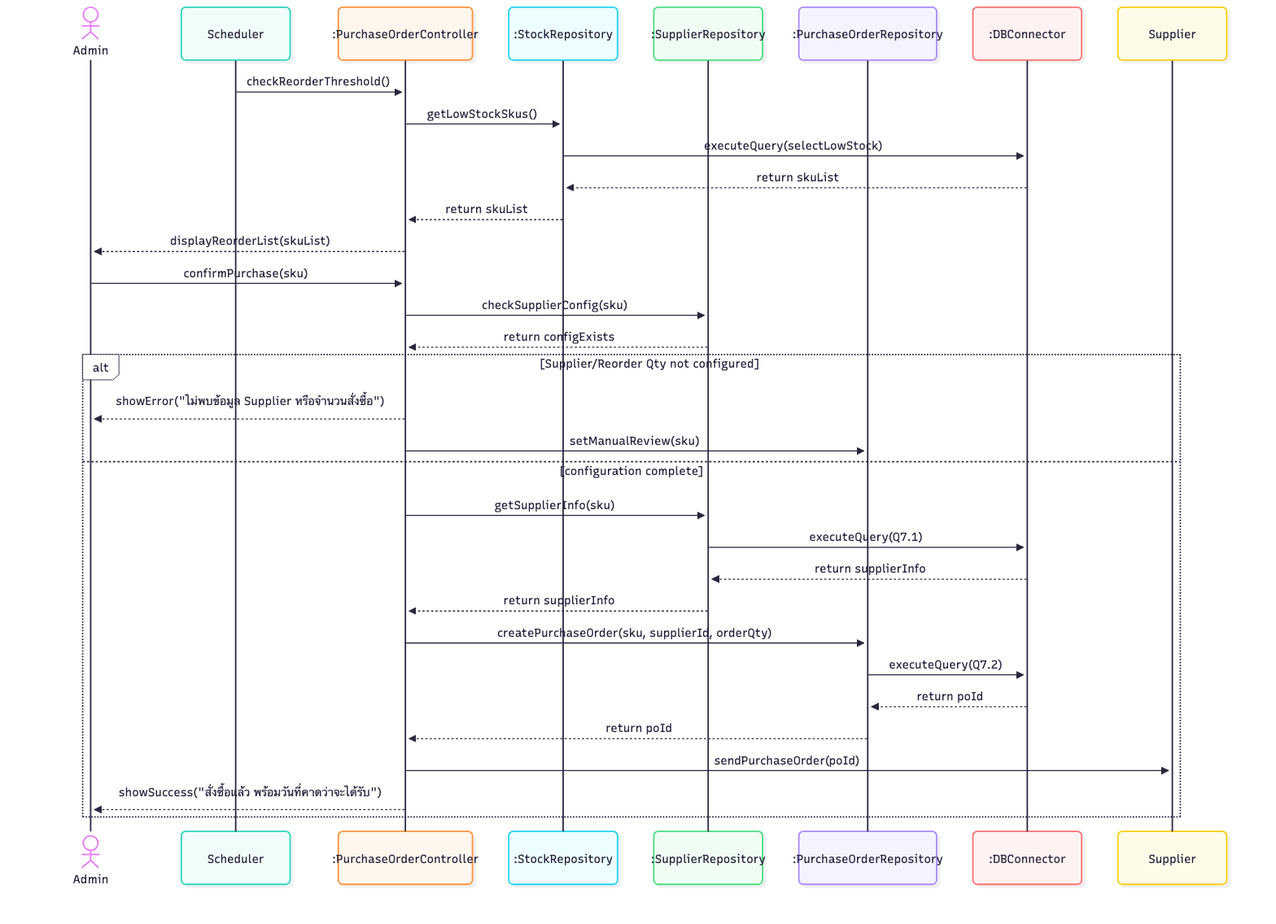
Earlier version of the Mermaid export 03-chapter2-use-case-descriptions/diagrams/png/6A-sequence.png (xbpkdi/321-sa-proj). Its source is kept beside it as 03-chapter2-use-case-descriptions/diagrams/mmd/6A-sequence.mmd.
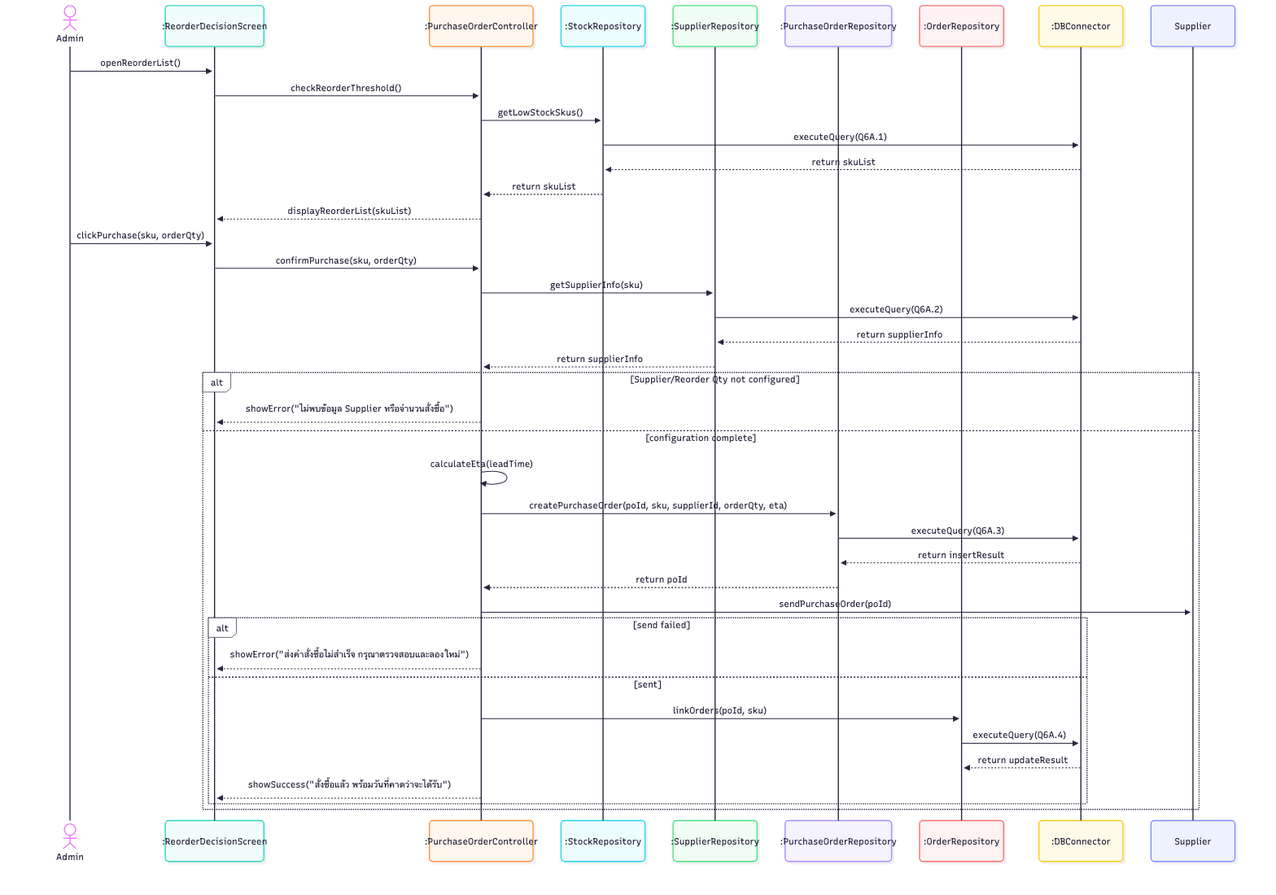
The same file after the commit.

Change to the diagram source:
```diff
@@ -1,35 +1,43 @@
 sequenceDiagram
     actor Admin
-    participant Sched as Scheduler
+    participant Screen as :ReorderDecisionScreen
     participant POC as :PurchaseOrderController
     participant StockRepo as :StockRepository
     participant SupRepo as :SupplierRepository
     participant PORepo as :PurchaseOrderRepository
+    participant OrderRepo as :OrderRepository
     participant DB as :DBConnector
     participant Sup as Supplier
 
-    Sched->>POC: checkReorderThreshold()
+    Admin->>Screen: openReorderList()
+    Screen->>POC: checkReorderThreshold()
     POC->>StockRepo: getLowStockSkus()
-    StockRepo->>DB: executeQuery(selectLowStock)
+    StockRepo->>DB: executeQuery(Q6A.1)
     DB-->>StockRepo: return skuList
     StockRepo-->>POC: return skuList
-    POC-->>Admin: displayReorderList(skuList)
+    POC-->>Screen: displayReorderList(skuList)
 
-    Admin->>POC: confirmPurchase(sku)
-    POC->>SupRepo: checkSupplierConfig(sku)
-    SupRepo-->>POC: return configExists
+    Admin->>Screen: clickPurchase(sku, orderQty)
+    Screen->>POC: confirmPurchase(sku, orderQty)
+    POC->>SupRepo: getSupplierInfo(sku)
+    SupRepo->>DB: executeQuery(Q6A.2)
+    DB-->>SupRepo: return supplierInfo
+    SupRepo-->>POC: return supplierInfo
     alt Supplier/Reorder Qty not configured
-        POC-->>Admin: showError("ไม่พบข้อมูล Supplier หรือจำนวนสั่งซื้อ")
-        POC->>PORepo: setManualReview(sku)
+        POC-->>Screen: showError("ไม่พบข้อมูล Supplier หรือจำนวนสั่งซื้อ")
     else configuration complete
-        POC->>SupRepo: getSupplierInfo(sku)
-        SupRepo->>DB: executeQuery(Q7.1)
-        DB-->>SupRepo: return supplierInfo
-        SupRepo-->>POC: return supplierInfo
-        POC->>PORepo: createPurchaseOrder(sku, supplierId, orderQty)
-        PORepo->>DB: executeQuery(Q7.2)
-        DB-->>PORepo: return poId
+        POC->>POC: calculateEta(leadTime)
+        POC->>PORepo: createPurchaseOrder(poId, sku, supplierId, orderQty, eta)
+        PORepo->>DB: executeQuery(Q6A.3)
+        DB-->>PORepo: return insertResult
         PORepo-->>POC: return poId
         POC->>Sup: sendPurchaseOrder(poId)
-        POC-->>Admin: showSuccess("สั่งซื้อแล้ว พร้อมวันที่คาดว่าจะได้รับ")
+        alt send failed
+            POC-->>Screen: showError("ส่งคำสั่งซื้อไม่สำเร็จ กรุณาตรวจสอบและลองใหม่")
+        else sent
+            POC->>OrderRepo: linkOrders(poId, sku)
+            OrderRepo->>DB: executeQuery(Q6A.4)
+            DB-->>OrderRepo: return updateResult
+            POC-->>Screen: showSuccess("สั่งซื้อแล้ว พร้อมวันที่คาดว่าจะได้รับ")
+        end
     end
```
